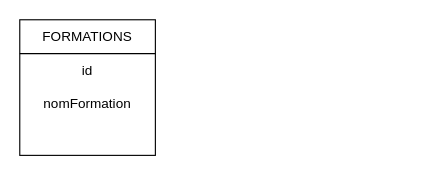
The draw.io diagram Diagramme sans nom.drawio in Lvmzoo-Dev/hackaton_gomycode, before the edit. Source tidied: cells renumbered, new cells numbered last; positions are measured from the earlier drawing's top-left corner, leaving out a move shared by most shapes. Both pictures are drawn from the tidied source at 113%, with x=0, y=0 at pixel (19, 19).
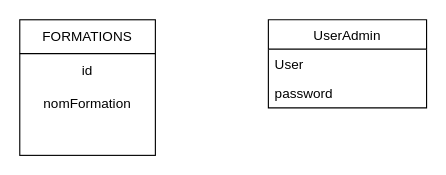
The same page after the edit.

Commit message:
Mettre à jour Diagramme sans nom.drawio

What changed in the source:
```diff
@@
 <mxGraphModel>
   <root>
     <mxCell id="0" />
     <mxCell id="1" parent="0" />
     <mxCell id="2" style="whiteSpace=wrap;html=1;" parent="1" vertex="1">
       <mxGeometry width="120" height="120" as="geometry" />
     </mxCell>
     <mxCell id="3" value="FORMATIONS" style="text;html=1;strokeColor=none;fillColor=none;align=center;verticalAlign=middle;whiteSpace=wrap;rounded=0;" parent="1" vertex="1">
       <mxGeometry x="30" width="60" height="30" as="geometry" />
     </mxCell>
     <mxCell id="4" value="id" style="text;html=1;strokeColor=none;fillColor=none;align=center;verticalAlign=middle;whiteSpace=wrap;rounded=0;" parent="1" vertex="1">
       <mxGeometry x="30" y="30" width="60" height="30" as="geometry" />
     </mxCell>
     <mxCell id="5" value="nomFormation" style="text;html=1;strokeColor=none;fillColor=none;align=center;verticalAlign=middle;whiteSpace=wrap;rounded=0;" parent="1" vertex="1">
       <mxGeometry x="30" y="60" width="60" height="30" as="geometry" />
     </mxCell>
     <mxCell id="6" style="endArrow=none;html=1;rounded=0;entryX=1;entryY=0.25;entryDx=0;entryDy=0;exitX=0;exitY=0.25;exitDx=0;exitDy=0;" parent="1" edge="1" source="2" target="2">
       <mxGeometry relative="1" as="geometry" />
     </mxCell>
+    <mxCell id="7" value="UserAdmin" style="swimlane;fontStyle=0;horizontal=1;startSize=26;fillColor=none;" parent="1" vertex="1">
+      <mxGeometry x="220" width="140" height="78" as="geometry" />
+    </mxCell>
+    <mxCell id="8" value="User" style="text;strokeColor=none;fillColor=none;align=left;verticalAlign=top;spacingLeft=4;spacingRight=4;overflow=hidden;" parent="7" vertex="1">
+      <mxGeometry y="26" width="140" height="26" as="geometry" />
+    </mxCell>
+    <mxCell id="9" value="password" style="text;strokeColor=none;fillColor=none;align=left;verticalAlign=top;spacingLeft=4;spacingRight=4;overflow=hidden;" parent="7" vertex="1">
+      <mxGeometry y="52" width="140" height="26" as="geometry" />
+    </mxCell>
   </root>
 </mxGraphModel>
```
